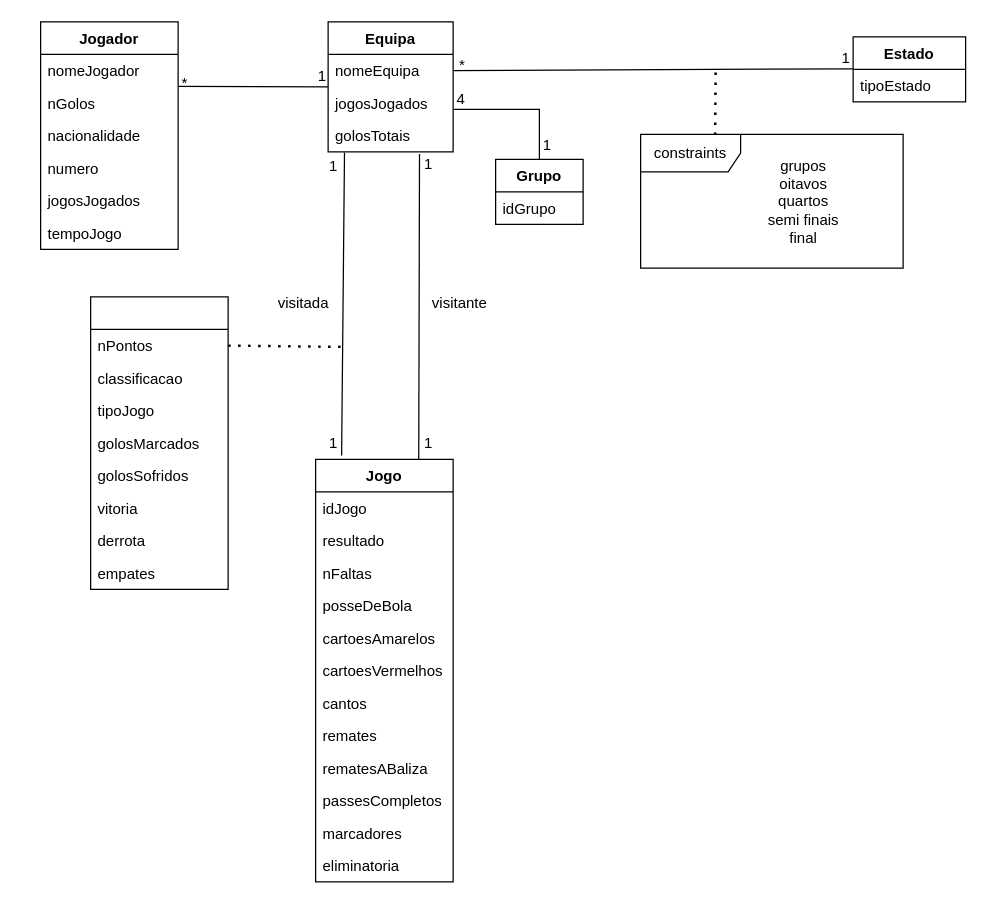
dratomitoma/BD keeps this draw.io diagram as diagrama bonito.drawio. Above is the earlier version. Source tidied: cells renumbered, new cells numbered last; positions are measured from the earlier drawing's top-left corner, leaving out a move shared by most shapes. Both pictures are drawn from the tidied source at 125%, with x=0, y=0 at pixel (40, 21).
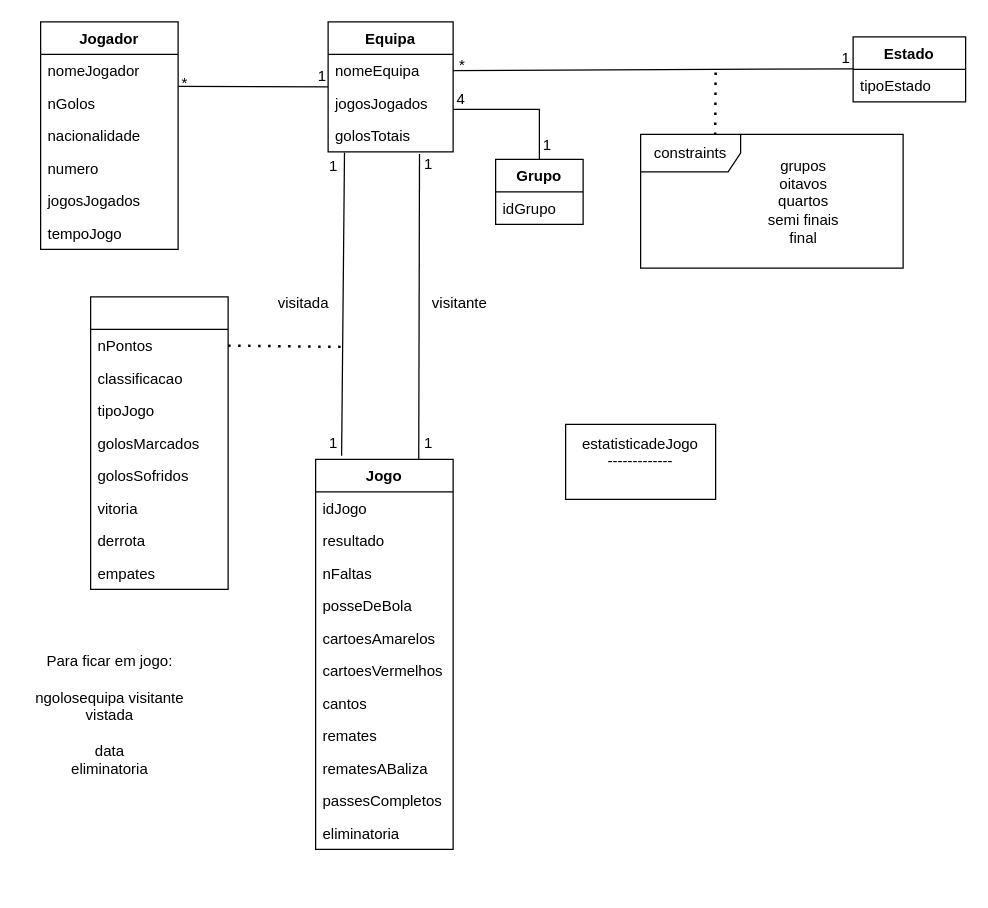
Above is the later version.

Commit message (it also covers changes not shown here):
diagrama bonito 2

The edit, as a diff of the source:
```diff
@@
     <mxCell id="14" value="Jogo" style="swimlane;fontStyle=1;align=center;verticalAlign=top;horizontal=1;startSize=26;" parent="1" vertex="1">
-      <mxGeometry x="220" y="350" width="110" height="338" as="geometry" />
+      <mxGeometry x="220" y="350" width="110" height="312" as="geometry" />
     </mxCell>
@@
-    <mxCell id="25" value="marcadores" style="text;strokeColor=none;fillColor=none;align=left;verticalAlign=top;spacingLeft=4;spacingRight=4;overflow=hidden;" parent="14" vertex="1">
-      <mxGeometry y="286" width="110" height="26" as="geometry" />
-    </mxCell>
     <mxCell id="26" value="eliminatoria" style="text;strokeColor=none;fillColor=none;align=left;verticalAlign=top;spacingLeft=4;spacingRight=4;overflow=hidden;" parent="14" vertex="1">
-      <mxGeometry y="312" width="110" height="26" as="geometry" />
+      <mxGeometry y="286" width="110" height="26" as="geometry" />
     </mxCell>
@@
+    <mxCell id="60" value="&lt;div&gt;estatisticadeJogo&lt;/div&gt;&lt;div&gt;-------------&lt;/div&gt;&lt;div&gt;&lt;br&gt;&lt;/div&gt;" style="rounded=0;whiteSpace=wrap;html=1;" parent="1" vertex="1">
+      <mxGeometry x="420" y="322" width="120" height="60" as="geometry" />
+    </mxCell>
+    <mxCell id="61" value="&lt;div&gt;Para ficar em jogo:&lt;br&gt;&lt;/div&gt;&lt;div&gt;&lt;br&gt;&lt;/div&gt;&lt;div&gt;ngolosequipa visitante&lt;/div&gt;&lt;div&gt;vistada&lt;/div&gt;&lt;div&gt;&lt;br&gt;&lt;/div&gt;&lt;div&gt;data&lt;/div&gt;&lt;div&gt;eliminatoria&lt;br&gt;&lt;/div&gt;" style="text;html=1;align=center;verticalAlign=middle;strokeColor=none;fillColor=none;" parent="1" vertex="1">
+      <mxGeometry x="-15" y="500" width="140" height="110" as="geometry" />
+    </mxCell>
```
